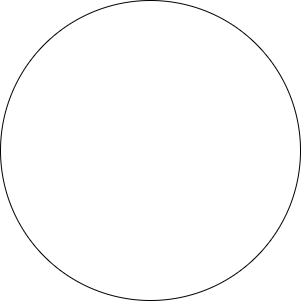
Earlier version of the draw.io export diagram.drawio.png (jsstrn/diagrams). Source tidied: cells renumbered, new cells last; positions are measured from the earlier drawing's top-left corner, leaving out a move shared by most shapes. The source it was exported from:
```xml
<mxGraphModel>
  <root>
    <mxCell id="0" />
    <mxCell id="1" parent="0" />
    <mxCell id="2" style="ellipse;whiteSpace=wrap;html=1;" parent="1" vertex="1">
      <mxGeometry width="300" height="300" as="geometry" />
    </mxCell>
  </root>
</mxGraphModel>
```
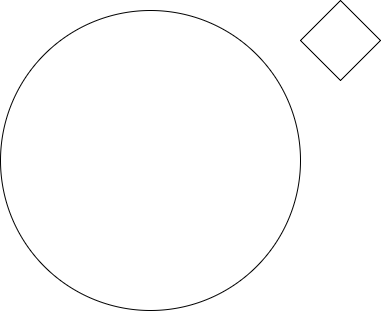
The same file after the commit.

What changed in the source:
```diff
@@ -5,5 +5,8 @@
     <mxCell id="2" style="ellipse;whiteSpace=wrap;html=1;" parent="1" vertex="1">
       <mxGeometry width="300" height="300" as="geometry" />
     </mxCell>
+    <mxCell id="3" style="rhombus;whiteSpace=wrap;html=1;" parent="1" vertex="1">
+      <mxGeometry x="300" y="-10" width="80" height="80" as="geometry" />
+    </mxCell>
   </root>
 </mxGraphModel>
```
